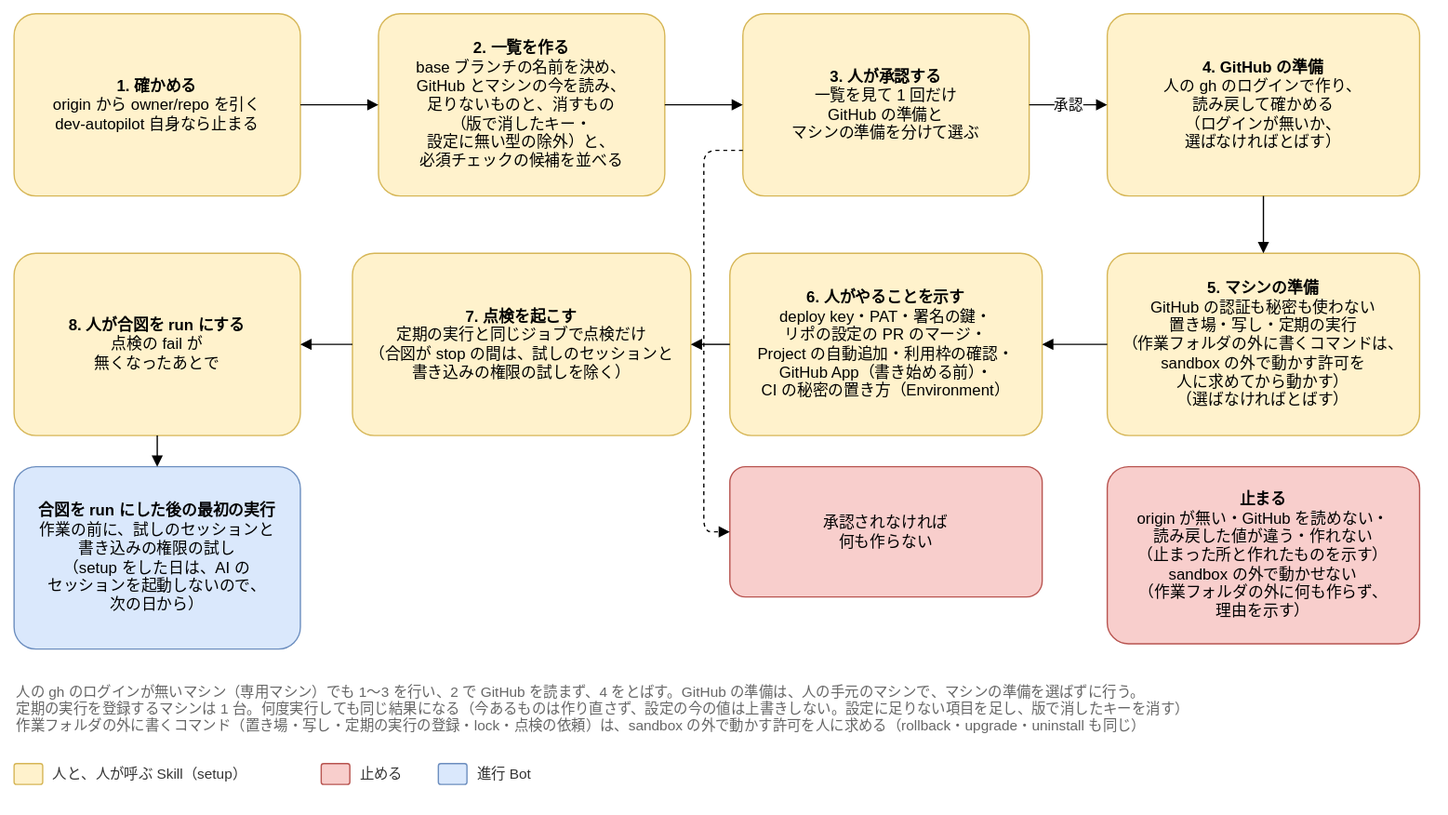
Before: docs/design/basic/diagrams/04-setup-flow.drawio.svg, a diagram exported from draw.io (Joymerrevent/dev-autopilot). Source tidied: cells renumbered, new cells last; positions are measured from the earlier drawing's top-left corner, leaving out a move shared by most shapes.
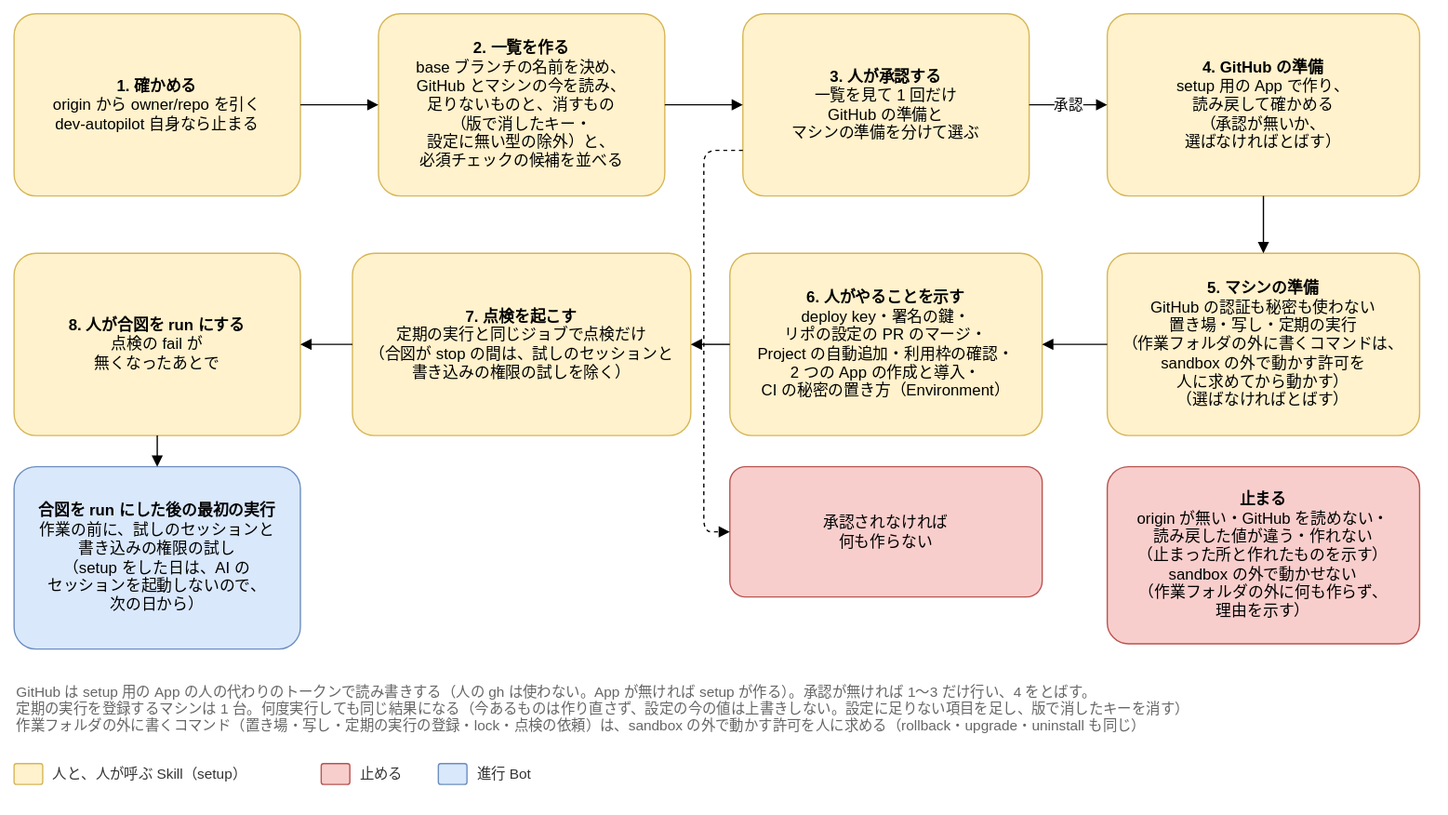
Later version of the same file.

Commit message:
docs(design): setup の流れと点検の図を、setup 用の App と App だけの形に直す

04-setup-flow の順 4・順 6・注記を、setup 用の App の人の代わりのトークンで GitHub を
読み書きし、App が無ければ setup が作る形に直し、PAT を外す。04-check の毎回の点検の
箱から PAT を外す（ADR-20261030-001・002）。

Claude-Session: https://claude.ai/code/session_01LvmXQKtqBk1ABFg8BQJo1c

What changed in the source:
```diff
@@ -11,13 +11,13 @@
     <mxCell id="4" value="&lt;b&gt;3. 人が承認する&lt;/b&gt;&lt;br&gt;一覧を見て 1 回だけ&lt;br&gt;GitHub の準備と&lt;br&gt;マシンの準備を分けて選ぶ" style="rounded=1;whiteSpace=wrap;html=1;fontSize=12;arcSize=12;spacing=12;fillColor=#fff2cc;strokeColor=#d6b656;" parent="1" vertex="1">
       <mxGeometry x="560" width="220" height="140" as="geometry" />
     </mxCell>
-    <mxCell id="5" value="&lt;b&gt;4. GitHub の準備&lt;/b&gt;&lt;br&gt;人の gh のログインで作り、&lt;br&gt;読み戻して確かめる&lt;br&gt;（ログインが無いか、&lt;br&gt;選ばなければとばす）" style="rounded=1;whiteSpace=wrap;html=1;fontSize=12;arcSize=12;spacing=12;fillColor=#fff2cc;strokeColor=#d6b656;" parent="1" vertex="1">
+    <mxCell id="5" value="&lt;b&gt;4. GitHub の準備&lt;/b&gt;&lt;br&gt;setup 用の App で作り、&lt;br&gt;読み戻して確かめる&lt;br&gt;（承認が無いか、&lt;br&gt;選ばなければとばす）" style="rounded=1;whiteSpace=wrap;html=1;fontSize=12;arcSize=12;spacing=12;fillColor=#fff2cc;strokeColor=#d6b656;" parent="1" vertex="1">
       <mxGeometry x="840" width="240" height="140" as="geometry" />
     </mxCell>
     <mxCell id="6" value="&lt;b&gt;5. マシンの準備&lt;/b&gt;&lt;br&gt;GitHub の認証も秘密も使わない&lt;br&gt;置き場・写し・定期の実行&lt;br&gt;（作業フォルダの外に書くコマンドは、&lt;br&gt;sandbox の外で動かす許可を&lt;br&gt;人に求めてから動かす）&lt;br&gt;（選ばなければとばす）" style="rounded=1;whiteSpace=wrap;html=1;fontSize=12;arcSize=12;spacing=12;fillColor=#fff2cc;strokeColor=#d6b656;" parent="1" vertex="1">
       <mxGeometry x="840" y="184" width="240" height="140" as="geometry" />
     </mxCell>
-    <mxCell id="7" value="&lt;b&gt;6. 人がやることを示す&lt;/b&gt;&lt;br&gt;deploy key・PAT・署名の鍵・&lt;br&gt;リポの設定の PR のマージ・&lt;br&gt;Project の自動追加・利用枠の確認・&lt;br&gt;GitHub App（書き始める前）・&lt;br&gt;CI の秘密の置き方（Environment）" style="rounded=1;whiteSpace=wrap;html=1;fontSize=12;arcSize=12;spacing=12;fillColor=#fff2cc;strokeColor=#d6b656;" parent="1" vertex="1">
+    <mxCell id="7" value="&lt;b&gt;6. 人がやることを示す&lt;/b&gt;&lt;br&gt;deploy key・署名の鍵・&lt;br&gt;リポの設定の PR のマージ・&lt;br&gt;Project の自動追加・利用枠の確認・&lt;br&gt;2 つの App の作成と導入・&lt;br&gt;CI の秘密の置き方（Environment）" style="rounded=1;whiteSpace=wrap;html=1;fontSize=12;arcSize=12;spacing=12;fillColor=#fff2cc;strokeColor=#d6b656;" parent="1" vertex="1">
       <mxGeometry x="550" y="184" width="240" height="140" as="geometry" />
     </mxCell>
     <mxCell id="8" value="&lt;b&gt;7. 点検を起こす&lt;/b&gt;&lt;br&gt;定期の実行と同じジョブで点検だけ&lt;br&gt;（合図が stop の間は、試しのセッションと&lt;br&gt;書き込みの権限の試しを除く）" style="rounded=1;whiteSpace=wrap;html=1;fontSize=12;arcSize=12;spacing=12;fillColor=#fff2cc;strokeColor=#d6b656;" parent="1" vertex="1">
@@ -58,7 +58,7 @@
         </Array>
       </mxGeometry>
     </mxCell>
-    <mxCell id="19" value="人の gh のログインが無いマシン（専用マシン）でも 1〜3 を行い、2 で GitHub を読まず、4 をとばす。GitHub の準備は、人の手元のマシンで、マシンの準備を選ばずに行う。&lt;br&gt;定期の実行を登録するマシンは 1 台。何度実行しても同じ結果になる（今あるものは作り直さず、設定の今の値は上書きしない。設定に足りない項目を足し、版で消したキーを消す）&lt;br&gt;作業フォルダの外に書くコマンド（置き場・写し・定期の実行の登録・lock・点検の依頼）は、sandbox の外で動かす許可を人に求める（rollback・upgrade・uninstall も同じ）" style="text;html=1;whiteSpace=wrap;align=left;verticalAlign=top;fontSize=11;fontColor=#666666;" parent="1" vertex="1">
+    <mxCell id="19" value="GitHub は setup 用の App の人の代わりのトークンで読み書きする（人の gh は使わない。App が無ければ setup が作る）。承認が無ければ 1〜3 だけ行い、4 をとばす。&lt;br&gt;定期の実行を登録するマシンは 1 台。何度実行しても同じ結果になる（今あるものは作り直さず、設定の今の値は上書きしない。設定に足りない項目を足し、版で消したキーを消す）&lt;br&gt;作業フォルダの外に書くコマンド（置き場・写し・定期の実行の登録・lock・点検の依頼）は、sandbox の外で動かす許可を人に求める（rollback・upgrade・uninstall も同じ）" style="text;html=1;whiteSpace=wrap;align=left;verticalAlign=top;fontSize=11;fontColor=#666666;" parent="1" vertex="1">
       <mxGeometry y="508" width="1080" height="52" as="geometry" />
     </mxCell>
     <mxCell id="20" value="&lt;b&gt;合図を run にした後の最初の実行&lt;/b&gt;&lt;br&gt;作業の前に、試しのセッションと&lt;br&gt;書き込みの権限の試し&lt;br&gt;（setup をした日は、AI の&lt;br&gt;セッションを起動しないので、&lt;br&gt;次の日から）" style="rounded=1;whiteSpace=wrap;html=1;fontSize=12;arcSize=12;spacing=12;fillColor=#dae8fc;strokeColor=#6c8ebf;" parent="1" vertex="1">
```
